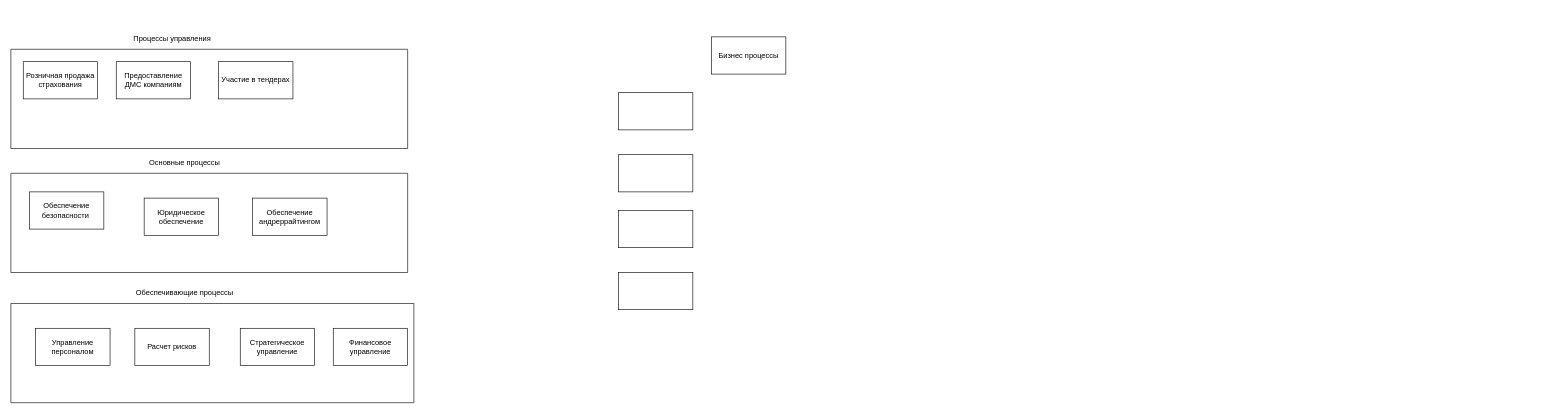
Earlier version of the draw.io diagram 2 семестр/Управление бизнес-процессами/пр6/Диаграмма без названия.drawio (Raccoonn78/MagiCtr). Source tidied: cells renumbered, new cells numbered last; positions are measured from the earlier drawing's top-left corner, leaving out a move shared by most shapes. Both pictures are drawn from the tidied source at 62%, with x=0, y=0 at pixel (11, 29).
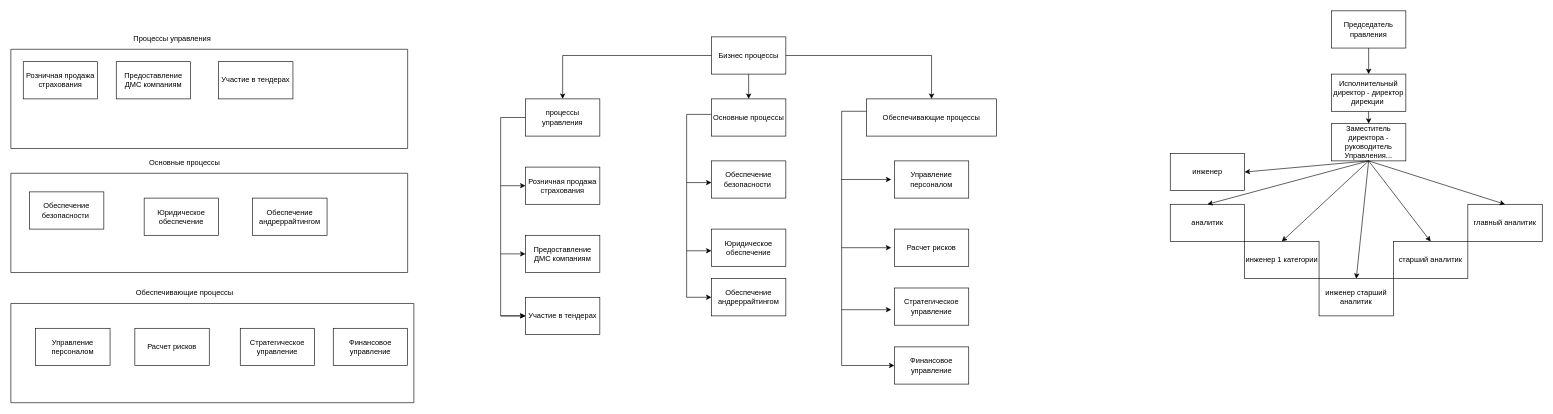
After the change.

Unchanged cells that the change refers to:
```xml
<mxCell id="18" value="Бизнес процессы" style="rounded=0;whiteSpace=wrap;html=1;" parent="1" vertex="1">
  <mxGeometry x="1130" y="12" width="120" height="60" as="geometry" />
</mxCell>
```

The edit, as a diff of the source:
```diff
@@
-    <mxCell id="19" style="rounded=0;whiteSpace=wrap;html=1;" parent="1" vertex="1">
-      <mxGeometry x="980" y="102" width="120" height="60" as="geometry" />
+    <mxCell id="19" value="процессы управления" style="rounded=0;whiteSpace=wrap;html=1;" parent="1" vertex="1">
+      <mxGeometry x="830" y="112" width="120" height="60" as="geometry" />
     </mxCell>
-    <mxCell id="20" style="rounded=0;whiteSpace=wrap;html=1;" parent="1" vertex="1">
-      <mxGeometry x="980" y="202" width="120" height="60" as="geometry" />
+    <mxCell id="20" value="&lt;span style=&quot;text-wrap: nowrap;&quot;&gt;Основные процессы&lt;/span&gt;" style="rounded=0;whiteSpace=wrap;html=1;" parent="1" vertex="1">
+      <mxGeometry x="1130" y="112" width="120" height="60" as="geometry" />
     </mxCell>
-    <mxCell id="21" style="rounded=0;whiteSpace=wrap;html=1;" parent="1" vertex="1">
-      <mxGeometry x="980" y="292" width="120" height="60" as="geometry" />
+    <mxCell id="21" value="&lt;span style=&quot;text-wrap: nowrap;&quot;&gt;Обеспечивающие процессы&lt;/span&gt;" style="rounded=0;whiteSpace=wrap;html=1;" parent="1" vertex="1">
+      <mxGeometry x="1380" y="112" width="210" height="60" as="geometry" />
     </mxCell>
-    <mxCell id="22" style="rounded=0;whiteSpace=wrap;html=1;" parent="1" vertex="1">
-      <mxGeometry x="980" y="392" width="120" height="60" as="geometry" />
+    <mxCell id="22" value="Розничная продажа страхования" style="rounded=0;whiteSpace=wrap;html=1;" parent="1" vertex="1">
+      <mxGeometry x="830" y="222" width="120" height="60" as="geometry" />
     </mxCell>
+    <mxCell id="23" value="Предоставление ДМС компаниям" style="rounded=0;whiteSpace=wrap;html=1;" parent="1" vertex="1">
+      <mxGeometry x="830" y="332" width="120" height="60" as="geometry" />
+    </mxCell>
+    <mxCell id="24" style="endArrow=classic;html=1;rounded=0;exitX=0;exitY=0.5;exitDx=0;exitDy=0;entryX=0.5;entryY=0;entryDx=0;entryDy=0;" parent="1" edge="1" source="18" target="19">
+      <mxGeometry relative="1" as="geometry">
+        <Array as="points">
+          <mxPoint x="890" y="42" />
+        </Array>
+      </mxGeometry>
+    </mxCell>
+    <mxCell id="25" style="endArrow=classic;html=1;rounded=0;exitX=1;exitY=0.5;exitDx=0;exitDy=0;entryX=0.5;entryY=0;entryDx=0;entryDy=0;" parent="1" edge="1" source="18" target="21">
+      <mxGeometry relative="1" as="geometry">
+        <Array as="points">
+          <mxPoint x="1485" y="42" />
+        </Array>
+      </mxGeometry>
+    </mxCell>
+    <mxCell id="26" style="endArrow=classic;html=1;rounded=0;exitX=0.5;exitY=1;exitDx=0;exitDy=0;entryX=0.5;entryY=0;entryDx=0;entryDy=0;" parent="1" edge="1" source="18" target="20">
+      <mxGeometry relative="1" as="geometry" />
+    </mxCell>
+    <mxCell id="27" value="Участие в тендерах" style="rounded=0;whiteSpace=wrap;html=1;" parent="1" vertex="1">
+      <mxGeometry x="830" y="432" width="120" height="60" as="geometry" />
+    </mxCell>
+    <mxCell id="28" value="Управление персоналом" style="rounded=0;whiteSpace=wrap;html=1;" parent="1" vertex="1">
+      <mxGeometry x="1425" y="212" width="120" height="60" as="geometry" />
+    </mxCell>
+    <mxCell id="29" value="Расчет рисков" style="rounded=0;whiteSpace=wrap;html=1;" parent="1" vertex="1">
+      <mxGeometry x="1425" y="322" width="120" height="60" as="geometry" />
+    </mxCell>
+    <mxCell id="30" value="Стратегическое управление" style="rounded=0;whiteSpace=wrap;html=1;" parent="1" vertex="1">
+      <mxGeometry x="1425" y="417" width="120" height="60" as="geometry" />
+    </mxCell>
+    <mxCell id="31" value="Финансовое управление" style="rounded=0;whiteSpace=wrap;html=1;" parent="1" vertex="1">
+      <mxGeometry x="1425" y="512" width="120" height="60" as="geometry" />
+    </mxCell>
+    <mxCell id="32" value="Обеспечение безопасности&amp;nbsp;" style="rounded=0;whiteSpace=wrap;html=1;" parent="1" vertex="1">
+      <mxGeometry x="1130" y="212" width="120" height="60" as="geometry" />
+    </mxCell>
+    <mxCell id="33" value="Юридическое обеспечение" style="rounded=0;whiteSpace=wrap;html=1;" parent="1" vertex="1">
+      <mxGeometry x="1130" y="322" width="120" height="60" as="geometry" />
+    </mxCell>
+    <mxCell id="34" value="Обеспечение андреррайтингом" style="rounded=0;whiteSpace=wrap;html=1;" parent="1" vertex="1">
+      <mxGeometry x="1130" y="402" width="120" height="60" as="geometry" />
+    </mxCell>
+    <mxCell id="35" style="endArrow=classic;html=1;rounded=0;exitX=0;exitY=0.5;exitDx=0;exitDy=0;entryX=0;entryY=0.5;entryDx=0;entryDy=0;" parent="1" edge="1" source="19" target="27">
+      <mxGeometry relative="1" as="geometry">
+        <Array as="points">
+          <mxPoint x="790" y="142" />
+          <mxPoint x="790" y="462" />
+        </Array>
+      </mxGeometry>
+    </mxCell>
+    <mxCell id="36" style="endArrow=classic;html=1;rounded=0;entryX=0;entryY=0.5;entryDx=0;entryDy=0;" parent="1" edge="1" target="22">
+      <mxGeometry relative="1" as="geometry">
+        <mxPoint x="790" y="252" as="sourcePoint" />
+      </mxGeometry>
+    </mxCell>
+    <mxCell id="37" style="endArrow=classic;html=1;rounded=0;entryX=0;entryY=0.5;entryDx=0;entryDy=0;" parent="1" edge="1" target="23">
+      <mxGeometry relative="1" as="geometry">
+        <mxPoint x="790" y="362" as="sourcePoint" />
+      </mxGeometry>
+    </mxCell>
+    <mxCell id="38" style="endArrow=classic;html=1;rounded=0;entryX=0;entryY=0.5;entryDx=0;entryDy=0;" parent="1" edge="1" target="27">
+      <mxGeometry relative="1" as="geometry">
+        <mxPoint x="790" y="462" as="sourcePoint" />
+      </mxGeometry>
+    </mxCell>
+    <mxCell id="39" style="endArrow=classic;html=1;rounded=0;exitX=0;exitY=0.5;exitDx=0;exitDy=0;entryX=0;entryY=0.5;entryDx=0;entryDy=0;" parent="1" edge="1" target="34">
+      <mxGeometry relative="1" as="geometry">
+        <mxPoint x="1130" y="137" as="sourcePoint" />
+        <Array as="points">
+          <mxPoint x="1090" y="137" />
+          <mxPoint x="1090" y="432" />
+        </Array>
+      </mxGeometry>
+    </mxCell>
+    <mxCell id="40" style="endArrow=classic;html=1;rounded=0;entryX=0;entryY=0.5;entryDx=0;entryDy=0;" parent="1" edge="1">
+      <mxGeometry relative="1" as="geometry">
+        <mxPoint x="1090" y="247" as="sourcePoint" />
+        <mxPoint x="1130" y="247" as="targetPoint" />
+      </mxGeometry>
+    </mxCell>
+    <mxCell id="41" style="endArrow=classic;html=1;rounded=0;entryX=0;entryY=0.5;entryDx=0;entryDy=0;" parent="1" edge="1">
+      <mxGeometry relative="1" as="geometry">
+        <mxPoint x="1090" y="357" as="sourcePoint" />
+        <mxPoint x="1130" y="357" as="targetPoint" />
+      </mxGeometry>
+    </mxCell>
+    <mxCell id="42" style="endArrow=classic;html=1;rounded=0;exitX=0;exitY=0.5;exitDx=0;exitDy=0;entryX=0;entryY=0.5;entryDx=0;entryDy=0;" parent="1" edge="1" target="31">
+      <mxGeometry relative="1" as="geometry">
+        <mxPoint x="1380" y="132" as="sourcePoint" />
+        <Array as="points">
+          <mxPoint x="1340" y="132" />
+          <mxPoint x="1340" y="542" />
+        </Array>
+      </mxGeometry>
+    </mxCell>
+    <mxCell id="43" style="endArrow=classic;html=1;rounded=0;" parent="1" edge="1">
+      <mxGeometry relative="1" as="geometry">
+        <mxPoint x="1340" y="242" as="sourcePoint" />
+        <mxPoint x="1420" y="242" as="targetPoint" />
+      </mxGeometry>
+    </mxCell>
+    <mxCell id="44" style="endArrow=classic;html=1;rounded=0;" parent="1" edge="1">
+      <mxGeometry relative="1" as="geometry">
+        <mxPoint x="1340" y="352" as="sourcePoint" />
+        <mxPoint x="1420" y="352" as="targetPoint" />
+      </mxGeometry>
+    </mxCell>
+    <mxCell id="45" style="endArrow=classic;html=1;rounded=0;" parent="1" edge="1">
+      <mxGeometry relative="1" as="geometry">
+        <mxPoint x="1340" y="452" as="sourcePoint" />
+        <mxPoint x="1420" y="452" as="targetPoint" />
+      </mxGeometry>
+    </mxCell>
+    <mxCell id="46" value="Председатель правления" style="rounded=0;whiteSpace=wrap;html=1;" parent="1" vertex="1">
+      <mxGeometry x="2130" y="-30" width="120" height="60" as="geometry" />
+    </mxCell>
+    <mxCell id="47" value="Исполнительный директор - директор дирекции&amp;nbsp;" style="rounded=0;whiteSpace=wrap;html=1;" parent="1" vertex="1">
+      <mxGeometry x="2130" y="72" width="120" height="60" as="geometry" />
+    </mxCell>
+    <mxCell id="48" value="Заместитель директора - руководитель Управления..." style="rounded=0;whiteSpace=wrap;html=1;" parent="1" vertex="1">
+      <mxGeometry x="2130" y="152" width="120" height="60" as="geometry" />
+    </mxCell>
+    <mxCell id="49" style="endArrow=classic;html=1;rounded=0;exitX=0.5;exitY=1;exitDx=0;exitDy=0;" parent="1" edge="1" source="46" target="47">
+      <mxGeometry relative="1" as="geometry" />
+    </mxCell>
+    <mxCell id="50" style="endArrow=classic;html=1;rounded=0;exitX=0.5;exitY=1;exitDx=0;exitDy=0;" parent="1" edge="1" source="47" target="48">
+      <mxGeometry relative="1" as="geometry" />
+    </mxCell>
+    <mxCell id="51" value="аналитик" style="rounded=0;whiteSpace=wrap;html=1;" parent="1" vertex="1">
+      <mxGeometry x="1870" y="282" width="120" height="60" as="geometry" />
+    </mxCell>
+    <mxCell id="52" value="инженер 1 категории" style="rounded=0;whiteSpace=wrap;html=1;" parent="1" vertex="1">
+      <mxGeometry x="1990" y="342" width="120" height="60" as="geometry" />
+    </mxCell>
+    <mxCell id="53" value="старший аналитик" style="rounded=0;whiteSpace=wrap;html=1;" parent="1" vertex="1">
+      <mxGeometry x="2230" y="342" width="120" height="60" as="geometry" />
+    </mxCell>
+    <mxCell id="54" value="главный аналитик" style="rounded=0;whiteSpace=wrap;html=1;" parent="1" vertex="1">
+      <mxGeometry x="2350" y="282" width="120" height="60" as="geometry" />
+    </mxCell>
+    <mxCell id="55" value="инженер" style="rounded=0;whiteSpace=wrap;html=1;" parent="1" vertex="1">
+      <mxGeometry x="1870" y="200" width="120" height="60" as="geometry" />
+    </mxCell>
+    <mxCell id="56" value="инженер старший аналитик" style="rounded=0;whiteSpace=wrap;html=1;" parent="1" vertex="1">
+      <mxGeometry x="2110" y="402" width="120" height="60" as="geometry" />
+    </mxCell>
+    <mxCell id="57" style="endArrow=classic;html=1;rounded=0;exitX=0.5;exitY=1;exitDx=0;exitDy=0;entryX=0.5;entryY=0;entryDx=0;entryDy=0;" parent="1" edge="1" source="48" target="53">
+      <mxGeometry relative="1" as="geometry" />
+    </mxCell>
+    <mxCell id="58" style="endArrow=classic;html=1;rounded=0;exitX=0.5;exitY=1;exitDx=0;exitDy=0;entryX=0.5;entryY=0;entryDx=0;entryDy=0;" parent="1" edge="1" source="48" target="52">
+      <mxGeometry relative="1" as="geometry" />
+    </mxCell>
+    <mxCell id="59" style="endArrow=classic;html=1;rounded=0;exitX=0.5;exitY=1;exitDx=0;exitDy=0;entryX=0.5;entryY=0;entryDx=0;entryDy=0;" parent="1" edge="1" source="48" target="51">
+      <mxGeometry relative="1" as="geometry" />
+    </mxCell>
+    <mxCell id="60" style="endArrow=classic;html=1;rounded=0;entryX=0.5;entryY=0;entryDx=0;entryDy=0;" parent="1" edge="1" target="56">
+      <mxGeometry relative="1" as="geometry">
+        <mxPoint x="2190" y="212" as="sourcePoint" />
+      </mxGeometry>
+    </mxCell>
+    <mxCell id="61" style="endArrow=classic;html=1;rounded=0;entryX=0.5;entryY=0;entryDx=0;entryDy=0;exitX=0.5;exitY=1;exitDx=0;exitDy=0;" parent="1" edge="1" source="48" target="54">
+      <mxGeometry relative="1" as="geometry" />
+    </mxCell>
+    <mxCell id="62" style="endArrow=classic;html=1;rounded=0;entryX=1;entryY=0.5;entryDx=0;entryDy=0;exitX=0.5;exitY=1;exitDx=0;exitDy=0;" parent="1" edge="1" source="48" target="55">
+      <mxGeometry relative="1" as="geometry" />
+    </mxCell>
```
